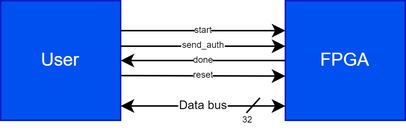
Before: doc/figures/interface.drawio.png, a diagram exported from draw.io (Blinerator/aes-128-fpga). Source tidied: cells renumbered, new cells last; positions are measured from the earlier drawing's top-left corner, leaving out a move shared by most shapes.
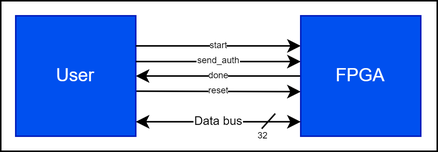
The same diagram one commit later.

What changed in the source:
```diff
@@ -2,6 +2,9 @@
   <root>
     <mxCell id="0" />
     <mxCell id="1" parent="0" />
+    <mxCell id="13" style="rounded=0;whiteSpace=wrap;html=1;" parent="1" vertex="1">
+      <mxGeometry x="-10" y="-10" width="291" height="100" as="geometry" />
+    </mxCell>
     <mxCell id="2" value="reset" style="edgeStyle=none;html=1;exitX=0.999;exitY=0.626;exitDx=0;exitDy=0;exitPerimeter=0;entryX=0;entryY=0.63;entryDx=0;entryDy=0;entryPerimeter=0;fontSize=6;startArrow=none;startFill=0;" parent="1" edge="1" source="4" target="7">
       <mxGeometry relative="1" as="geometry" />
     </mxCell>
```
